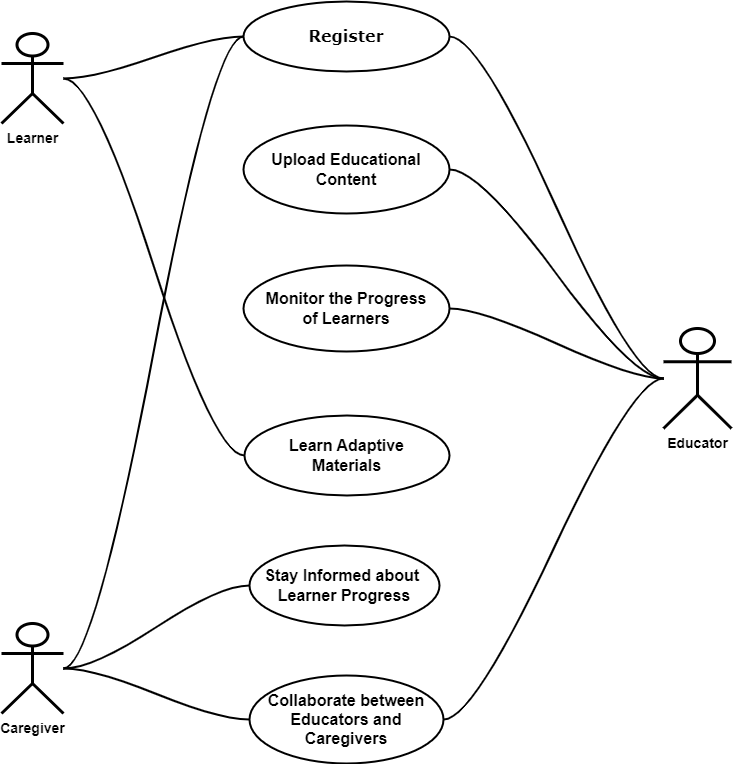
The draw.io diagram Diagrams/Flow Chart Maker/Main Use Case.png in Mohamed-Khlawy/Elserag, before a commit. Source tidied: cells renumbered, new cells last; positions are measured from the earlier drawing's top-left corner, leaving out a move shared by most shapes. The source it was exported from:
```xml
<mxGraphModel>
  <root>
    <mxCell id="0" />
    <mxCell id="1" parent="0" />
    <mxCell id="2" value="&lt;b&gt;&lt;font style=&quot;font-size: 14px;&quot;&gt;Caregiver&lt;/font&gt;&lt;/b&gt;" style="shape=umlActor;verticalLabelPosition=bottom;verticalAlign=top;html=1;outlineConnect=0;strokeWidth=3;labelBackgroundColor=none;" parent="1" vertex="1">
      <mxGeometry y="622" width="62" height="90" as="geometry" />
    </mxCell>
    <mxCell id="3" value="&lt;b&gt;&lt;font style=&quot;font-size: 14px;&quot;&gt;Learner&lt;/font&gt;&lt;br&gt;&lt;/b&gt;" style="shape=umlActor;verticalLabelPosition=bottom;verticalAlign=top;html=1;outlineConnect=0;shadow=0;strokeWidth=3;labelBackgroundColor=none;" parent="1" vertex="1">
      <mxGeometry y="32" width="62" height="90" as="geometry" />
    </mxCell>
    <mxCell id="4" style="edgeStyle=entityRelationEdgeStyle;jettySize=auto;html=1;exitX=1;exitY=0.5;exitDx=0;exitDy=0;endArrow=none;endFill=0;strokeWidth=2;labelBackgroundColor=none;fontColor=default;curved=1;startArrow=none;startFill=0;" parent="1" edge="1" source="5" target="10">
      <mxGeometry relative="1" as="geometry" />
    </mxCell>
    <mxCell id="5" value="&lt;span style=&quot;font-size: 16px;&quot;&gt;&lt;span style=&quot;font-size: 16px;&quot;&gt;Upload Educational Content&lt;/span&gt;&lt;/span&gt;" style="ellipse;whiteSpace=wrap;html=1;strokeWidth=2;labelBackgroundColor=none;fontStyle=1;fontSize=16;" parent="1" vertex="1">
      <mxGeometry x="242" y="124" width="206" height="88" as="geometry" />
    </mxCell>
    <mxCell id="6" style="edgeStyle=entityRelationEdgeStyle;jettySize=auto;html=1;exitX=0;exitY=0.5;exitDx=0;exitDy=0;strokeWidth=2;shadow=0;jumpStyle=none;endArrow=none;endFill=0;labelBackgroundColor=none;fontColor=default;curved=1;startArrow=none;startFill=0;" parent="1" edge="1" source="7" target="3">
      <mxGeometry relative="1" as="geometry" />
    </mxCell>
    <mxCell id="7" value="&lt;div style=&quot;font-size: 16px;&quot;&gt;&lt;font face=&quot;Verdana&quot; style=&quot;font-size: 16px;&quot;&gt;&lt;span style=&quot;font-size: 16px;&quot;&gt;Register&lt;/span&gt;&lt;/font&gt;&lt;/div&gt;" style="ellipse;whiteSpace=wrap;html=1;align=center;fontStyle=1;strokeWidth=2;labelBackgroundColor=none;fontSize=16;" parent="1" vertex="1">
      <mxGeometry x="242" width="206" height="70" as="geometry" />
    </mxCell>
    <mxCell id="8" style="edgeStyle=entityRelationEdgeStyle;jettySize=auto;html=1;exitX=1;exitY=0.5;exitDx=0;exitDy=0;curved=1;endArrow=none;endFill=0;startArrow=none;startFill=0;strokeWidth=2;" parent="1" edge="1" source="9" target="10">
      <mxGeometry relative="1" as="geometry" />
    </mxCell>
    <mxCell id="9" value="&lt;span style=&quot;font-size: 16px;&quot;&gt;&lt;span style=&quot;font-size: 16px;&quot;&gt;Monitor the Progress&lt;br style=&quot;font-size: 16px;&quot;&gt;of Learners&lt;br style=&quot;font-size: 16px;&quot;&gt;&lt;/span&gt;&lt;/span&gt;" style="ellipse;whiteSpace=wrap;html=1;strokeWidth=2;labelBackgroundColor=none;fontStyle=1;fontSize=16;" parent="1" vertex="1">
      <mxGeometry x="242" y="264" width="206" height="86" as="geometry" />
    </mxCell>
    <mxCell id="10" value="&lt;b&gt;&lt;font style=&quot;font-size: 14px;&quot;&gt;Educator&lt;/font&gt;&lt;br&gt;&lt;/b&gt;" style="shape=umlActor;verticalLabelPosition=bottom;verticalAlign=top;html=1;outlineConnect=0;shadow=0;strokeWidth=3;labelBackgroundColor=none;" parent="1" vertex="1">
      <mxGeometry x="662" y="327" width="68" height="100" as="geometry" />
    </mxCell>
    <mxCell id="11" style="edgeStyle=entityRelationEdgeStyle;jettySize=auto;html=1;exitX=0;exitY=0.5;exitDx=0;exitDy=0;curved=1;endArrow=none;endFill=0;startArrow=none;startFill=0;strokeWidth=2;" parent="1" edge="1" source="12" target="3">
      <mxGeometry relative="1" as="geometry" />
    </mxCell>
    <mxCell id="12" value="&lt;span style=&quot;font-size: 16px;&quot;&gt;&lt;span style=&quot;font-size: 16px;&quot;&gt;Learn Adaptive&lt;br style=&quot;font-size: 16px;&quot;&gt;Materials&lt;br style=&quot;font-size: 16px;&quot;&gt;&lt;/span&gt;&lt;/span&gt;" style="ellipse;whiteSpace=wrap;html=1;strokeWidth=2;labelBackgroundColor=none;fontStyle=1;fontSize=16;" parent="1" vertex="1">
      <mxGeometry x="243" y="414" width="205" height="80" as="geometry" />
    </mxCell>
    <mxCell id="13" style="edgeStyle=entityRelationEdgeStyle;jettySize=auto;html=1;exitX=0;exitY=0.5;exitDx=0;exitDy=0;curved=1;endArrow=none;endFill=0;startArrow=none;startFill=0;strokeWidth=2;" parent="1" edge="1" source="15" target="2">
      <mxGeometry relative="1" as="geometry" />
    </mxCell>
    <mxCell id="14" style="edgeStyle=entityRelationEdgeStyle;jettySize=auto;html=1;exitX=1;exitY=0.5;exitDx=0;exitDy=0;endArrow=none;endFill=0;curved=1;strokeWidth=2;" parent="1" edge="1" source="15" target="10">
      <mxGeometry relative="1" as="geometry" />
    </mxCell>
    <mxCell id="15" value="&lt;span style=&quot;font-size: 16px;&quot;&gt;&lt;span style=&quot;font-size: 16px;&quot;&gt;Collaborate between Educators and Caregivers&lt;/span&gt;&lt;/span&gt;" style="ellipse;whiteSpace=wrap;html=1;strokeWidth=2;labelBackgroundColor=none;fontStyle=1;fontSize=16;" parent="1" vertex="1">
      <mxGeometry x="248" y="674" width="194" height="88" as="geometry" />
    </mxCell>
    <mxCell id="16" style="edgeStyle=entityRelationEdgeStyle;jettySize=auto;html=1;exitX=0;exitY=0.5;exitDx=0;exitDy=0;curved=1;endArrow=none;endFill=0;startArrow=none;startFill=0;strokeWidth=2;" parent="1" edge="1" source="17" target="2">
      <mxGeometry relative="1" as="geometry" />
    </mxCell>
    <mxCell id="17" value="&lt;span style=&quot;font-size: 16px;&quot;&gt;&lt;span style=&quot;font-size: 16px;&quot;&gt;Stay Informed about&amp;nbsp;&lt;br style=&quot;font-size: 16px;&quot;&gt;Learner Progress&lt;br style=&quot;font-size: 16px;&quot;&gt;&lt;/span&gt;&lt;/span&gt;" style="ellipse;whiteSpace=wrap;html=1;strokeWidth=2;labelBackgroundColor=none;fontStyle=1;fontSize=16;" parent="1" vertex="1">
      <mxGeometry x="248" y="544" width="190" height="80" as="geometry" />
    </mxCell>
    <mxCell id="18" style="edgeStyle=entityRelationEdgeStyle;jettySize=auto;html=1;exitX=0;exitY=0.5;exitDx=0;exitDy=0;curved=1;endArrow=none;endFill=0;startArrow=none;startFill=0;strokeWidth=2;" parent="1" edge="1" source="7" target="2">
      <mxGeometry relative="1" as="geometry" />
    </mxCell>
    <mxCell id="19" style="edgeStyle=entityRelationEdgeStyle;jettySize=auto;html=1;exitX=1;exitY=0.5;exitDx=0;exitDy=0;curved=1;endArrow=none;endFill=0;startArrow=none;startFill=0;strokeWidth=2;" parent="1" edge="1" source="7" target="10">
      <mxGeometry relative="1" as="geometry" />
    </mxCell>
  </root>
</mxGraphModel>
```
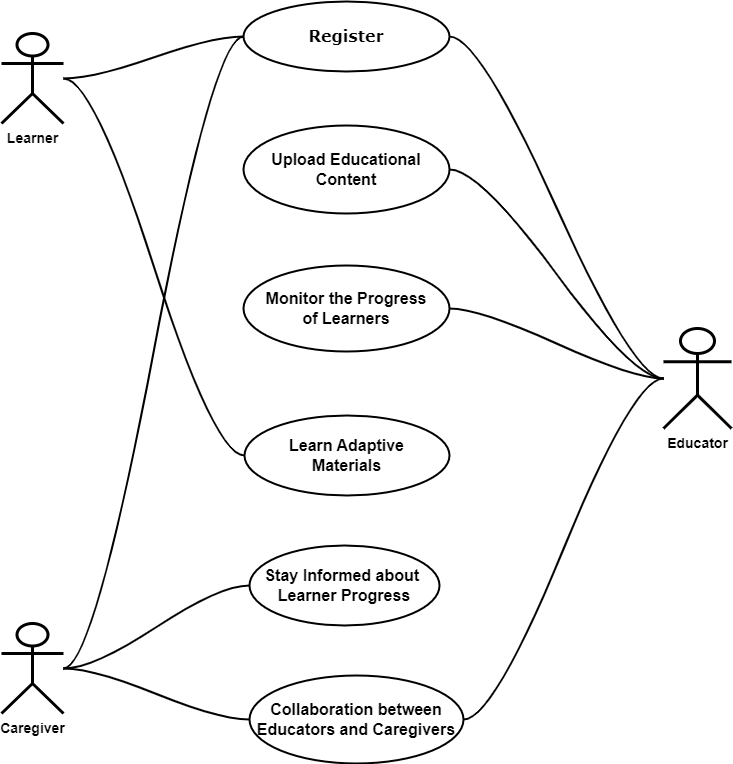
The same file after the commit.

Commit message:
Modified the Context Diagram, and Finished the Use Case Descriptions

The edit, as a diff of the source:
```diff
@@ -41,8 +41,8 @@
     <mxCell id="14" style="edgeStyle=entityRelationEdgeStyle;jettySize=auto;html=1;exitX=1;exitY=0.5;exitDx=0;exitDy=0;endArrow=none;endFill=0;curved=1;strokeWidth=2;" parent="1" edge="1" source="15" target="10">
       <mxGeometry relative="1" as="geometry" />
     </mxCell>
-    <mxCell id="15" value="&lt;span style=&quot;font-size: 16px;&quot;&gt;&lt;span style=&quot;font-size: 16px;&quot;&gt;Collaborate between Educators and Caregivers&lt;/span&gt;&lt;/span&gt;" style="ellipse;whiteSpace=wrap;html=1;strokeWidth=2;labelBackgroundColor=none;fontStyle=1;fontSize=16;" parent="1" vertex="1">
-      <mxGeometry x="248" y="674" width="194" height="88" as="geometry" />
+    <mxCell id="15" value="&lt;span style=&quot;font-size: 16px;&quot;&gt;&lt;span style=&quot;font-size: 16px;&quot;&gt;Collaboration between Educators and Caregivers&lt;/span&gt;&lt;/span&gt;" style="ellipse;whiteSpace=wrap;html=1;strokeWidth=2;labelBackgroundColor=none;fontStyle=1;fontSize=16;" parent="1" vertex="1">
+      <mxGeometry x="248" y="674" width="214" height="88" as="geometry" />
     </mxCell>
     <mxCell id="16" style="edgeStyle=entityRelationEdgeStyle;jettySize=auto;html=1;exitX=0;exitY=0.5;exitDx=0;exitDy=0;curved=1;endArrow=none;endFill=0;startArrow=none;startFill=0;strokeWidth=2;" parent="1" edge="1" source="17" target="2">
       <mxGeometry relative="1" as="geometry" />
```
